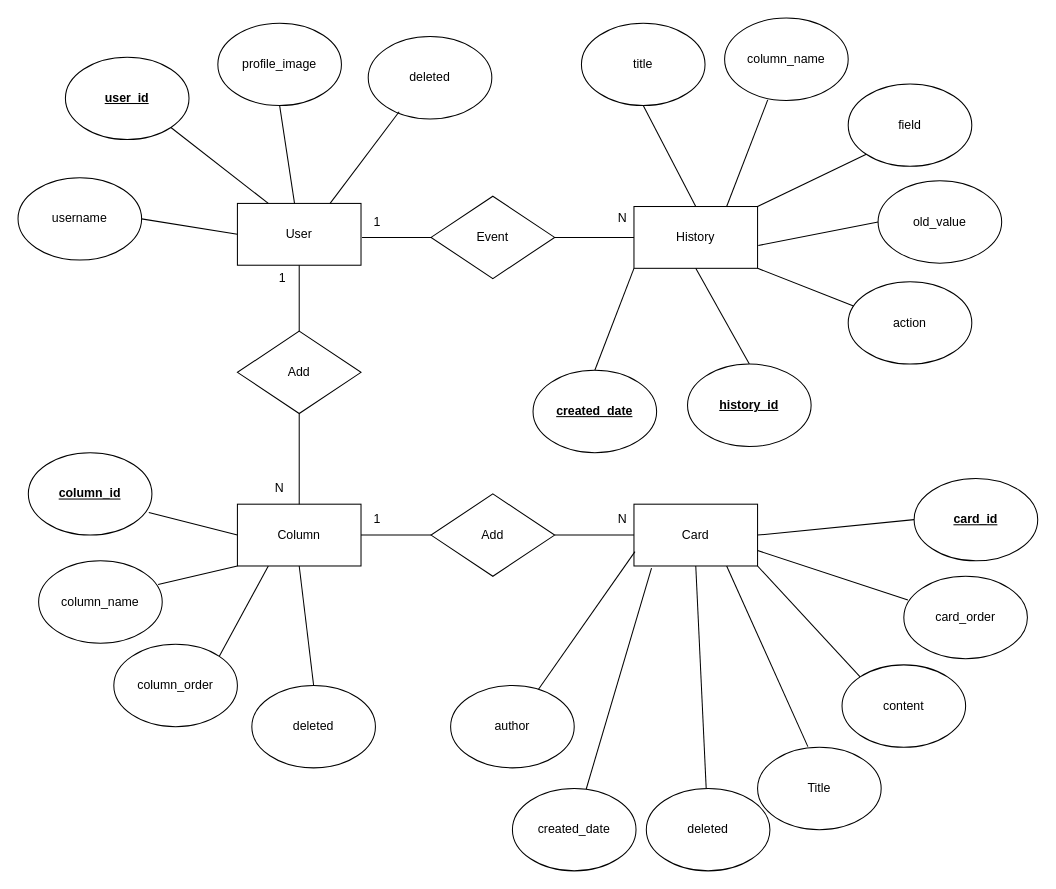
The draw.io diagram page "ER-diagram" (1 of 3) of backend/diagram.drawio in codesquad-members-2022/todo-list, before the edit. Source tidied: cells renumbered, new cells numbered last; positions are measured from the earlier drawing's top-left corner, leaving out a move shared by most shapes. Both pictures are drawn from the tidied source at 103%, with x=0, y=0 at pixel (18, 18).
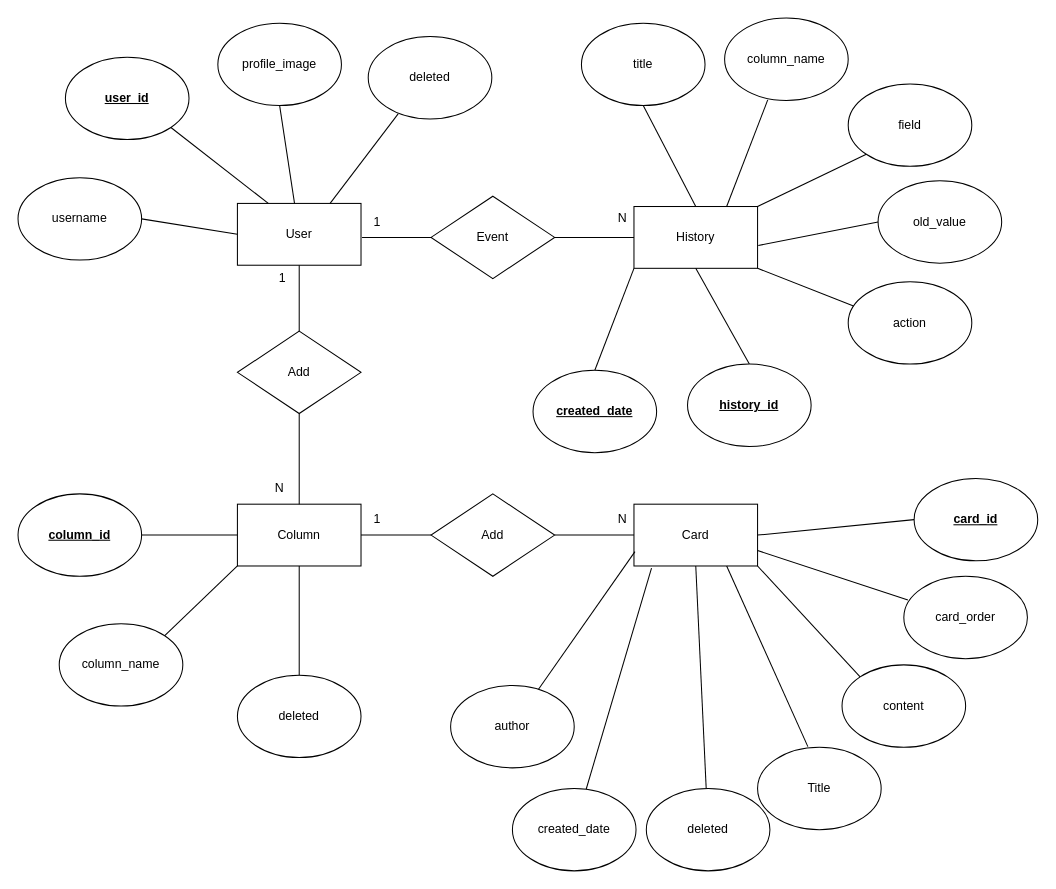
Above is the later version.

The change refers to these unchanged cells:
```xml
<mxCell id="2" value="User" style="rounded=0;whiteSpace=wrap;html=1;" parent="1" vertex="1">
  <mxGeometry x="213" y="180" width="120" height="60" as="geometry" />
</mxCell>
<mxCell id="4" value="Column" style="rounded=0;whiteSpace=wrap;html=1;" parent="1" vertex="1">
  <mxGeometry x="213" y="472" width="120" height="60" as="geometry" />
</mxCell>
<mxCell id="47" value="deleted" style="ellipse;whiteSpace=wrap;html=1;" parent="1" vertex="1">
  <mxGeometry x="340" y="18" width="120" height="80" as="geometry" />
</mxCell>
```

Diff of the diagram source:
```diff
@@
     <mxCell id="38" value="column_name" style="ellipse;whiteSpace=wrap;html=1;" parent="1" vertex="1">
-      <mxGeometry x="20" y="527" width="120" height="80" as="geometry" />
+      <mxGeometry x="40" y="588" width="120" height="80" as="geometry" />
     </mxCell>
-    <mxCell id="39" style="endArrow=none;html=1;rounded=0;exitX=0.967;exitY=0.288;exitDx=0;exitDy=0;exitPerimeter=0;entryX=0;entryY=1;entryDx=0;entryDy=0;" parent="1" edge="1" source="38" target="4">
+    <mxCell id="39" style="endArrow=none;html=1;rounded=0;exitX=1;exitY=0;exitDx=0;exitDy=0;entryX=0;entryY=1;entryDx=0;entryDy=0;" parent="1" edge="1" source="38" target="4">
       <mxGeometry relative="1" as="geometry" />
     </mxCell>
-    <mxCell id="40" value="column_order" style="ellipse;whiteSpace=wrap;html=1;" parent="1" vertex="1">
-      <mxGeometry x="93" y="608" width="120" height="80" as="geometry" />
-    </mxCell>
@@
-    <mxCell id="43" style="endArrow=none;html=1;rounded=0;entryX=0.25;entryY=1;entryDx=0;entryDy=0;exitX=1;exitY=0;exitDx=0;exitDy=0;" parent="1" edge="1" source="40" target="4">
-      <mxGeometry relative="1" as="geometry" />
-    </mxCell>
@@
-    <mxCell id="48" style="endArrow=none;html=1;rounded=0;entryX=0.25;entryY=0.913;entryDx=0;entryDy=0;entryPerimeter=0;exitX=0.75;exitY=0;exitDx=0;exitDy=0;" parent="1" edge="1" source="2" target="47">
+    <mxCell id="48" style="endArrow=none;html=1;rounded=0;entryX=0.242;entryY=0.938;entryDx=0;entryDy=0;entryPerimeter=0;exitX=0.75;exitY=0;exitDx=0;exitDy=0;" parent="1" edge="1" source="2" target="47">
       <mxGeometry relative="1" as="geometry" />
     </mxCell>
@@
     <mxCell id="51" value="deleted" style="ellipse;whiteSpace=wrap;html=1;" parent="1" vertex="1">
-      <mxGeometry x="227" y="648" width="120" height="80" as="geometry" />
+      <mxGeometry x="213" y="638" width="120" height="80" as="geometry" />
     </mxCell>
@@
     <mxCell id="57" value="&lt;u&gt;&lt;b&gt;column_id&lt;/b&gt;&lt;/u&gt;" style="ellipse;whiteSpace=wrap;html=1;" parent="1" vertex="1">
-      <mxGeometry x="10" y="422" width="120" height="80" as="geometry" />
+      <mxGeometry y="462" width="120" height="80" as="geometry" />
     </mxCell>
-    <mxCell id="58" style="endArrow=none;html=1;rounded=0;exitX=0.975;exitY=0.725;exitDx=0;exitDy=0;exitPerimeter=0;entryX=0;entryY=0.5;entryDx=0;entryDy=0;" parent="1" edge="1" source="57" target="4">
+    <mxCell id="58" style="endArrow=none;html=1;rounded=0;exitX=1;exitY=0.5;exitDx=0;exitDy=0;entryX=0;entryY=0.5;entryDx=0;entryDy=0;" parent="1" edge="1" source="57" target="4">
       <mxGeometry relative="1" as="geometry" />
     </mxCell>
```
